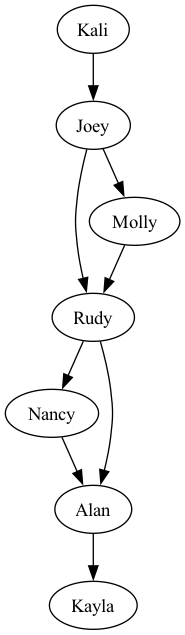
Before: pkg/social_graph.png, a diagram exported from Graphviz (initialed85/data-structures-and-algorithms). Its source is kept beside it as pkg/social_graph.dot.
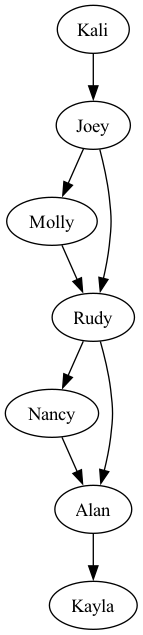
After the commit.

Diff of the diagram source:
```diff
@@ -1,10 +1,10 @@
 digraph {
+Kali -> Joey
+Joey -> Molly
+Joey -> Rudy
+Molly -> Rudy
 Rudy -> Nancy
 Rudy -> Alan
 Nancy -> Alan
 Alan -> Kayla
-Kali -> Joey
-Joey -> Molly
-Joey -> Rudy
-Molly -> Rudy
 }
```
